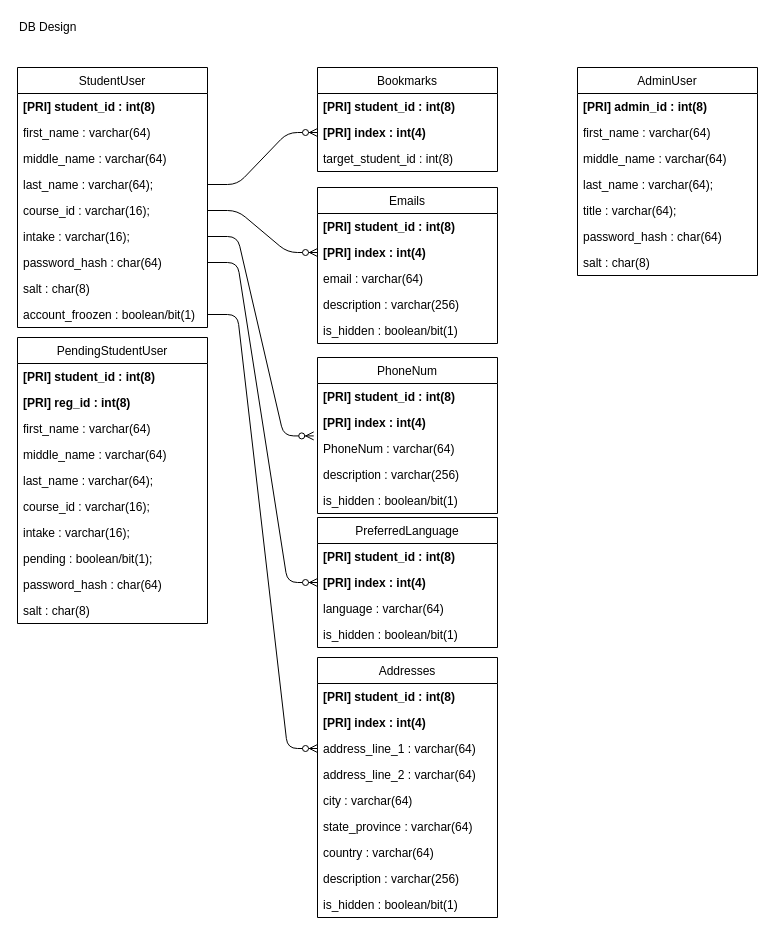
The draw.io diagram Design/Classes.drawio in DIT202003G1/WebDev20023404, before the edit. Source tidied: cells renumbered, new cells numbered last; positions are measured from the earlier drawing's top-left corner, leaving out a move shared by most shapes. Both pictures are drawn from the tidied source at 100%, with x=0, y=0 at pixel (17, 17).
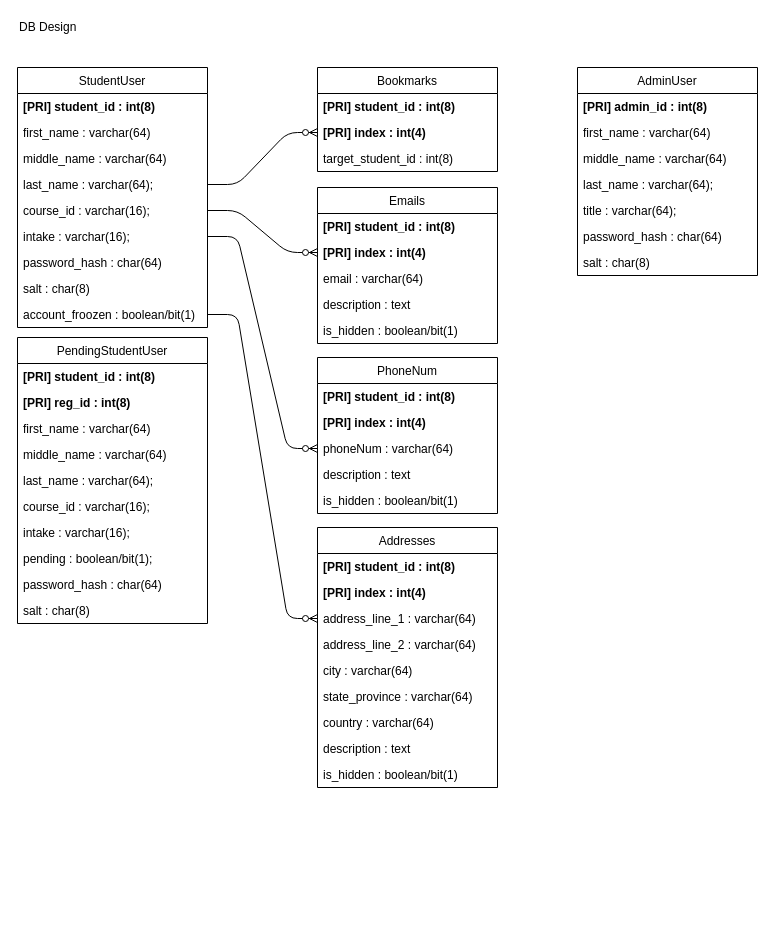
The same diagram, later.

The change refers to these unchanged cells:
```xml
<mxCell id="8" value="intake : varchar(16);" style="text;strokeColor=none;fillColor=none;align=left;verticalAlign=top;spacingLeft=4;spacingRight=4;overflow=hidden;points=[[0,0.5],[1,0.5]];portConstraint=eastwest;" parent="2" vertex="1">
  <mxGeometry y="156" width="190" height="26" as="geometry" />
</mxCell>
<mxCell id="9" value="password_hash : char(64)&#10;&#10;" style="text;strokeColor=none;fillColor=none;align=left;verticalAlign=top;spacingLeft=4;spacingRight=4;overflow=hidden;points=[[0,0.5],[1,0.5]];portConstraint=eastwest;" parent="2" vertex="1">
  <mxGeometry y="182" width="190" height="26" as="geometry" />
</mxCell>
<mxCell id="36" value="Emails" style="swimlane;fontStyle=0;horizontal=1;startSize=26;fillColor=none;" parent="1" vertex="1">
  <mxGeometry x="300" y="170" width="180" height="156" as="geometry" />
</mxCell>
<mxCell id="42" value="PhoneNum" style="swimlane;fontStyle=0;horizontal=1;startSize=26;fillColor=none;" parent="1" vertex="1">
  <mxGeometry x="300" y="340" width="180" height="156" as="geometry" />
</mxCell>
<mxCell id="44" value="[PRI] index : int(4)" style="text;strokeColor=none;fillColor=none;align=left;verticalAlign=top;spacingLeft=4;spacingRight=4;overflow=hidden;points=[[0,0.5],[1,0.5]];portConstraint=eastwest;fontStyle=1;" parent="42" vertex="1">
  <mxGeometry y="52" width="180" height="26" as="geometry" />
</mxCell>
```

The edit, as a diff of the source:
```diff
@@
-    <mxCell id="40" value="description : varchar(256)" style="text;strokeColor=none;fillColor=none;align=left;verticalAlign=top;spacingLeft=4;spacingRight=4;overflow=hidden;" parent="36" vertex="1">
+    <mxCell id="40" value="description : text" style="text;strokeColor=none;fillColor=none;align=left;verticalAlign=top;spacingLeft=4;spacingRight=4;overflow=hidden;" parent="36" vertex="1">
       <mxGeometry y="104" width="180" height="26" as="geometry" />
     </mxCell>
@@
-    <mxCell id="45" value="PhoneNum : varchar(64)" style="text;strokeColor=none;fillColor=none;align=left;verticalAlign=top;spacingLeft=4;spacingRight=4;overflow=hidden;points=[[0,0.5],[1,0.5]];portConstraint=eastwest;" parent="42" vertex="1">
+    <mxCell id="45" value="phoneNum : varchar(64)" style="text;strokeColor=none;fillColor=none;align=left;verticalAlign=top;spacingLeft=4;spacingRight=4;overflow=hidden;points=[[0,0.5],[1,0.5]];portConstraint=eastwest;" parent="42" vertex="1">
       <mxGeometry y="78" width="180" height="26" as="geometry" />
     </mxCell>
-    <mxCell id="46" value="description : varchar(256)" style="text;strokeColor=none;fillColor=none;align=left;verticalAlign=top;spacingLeft=4;spacingRight=4;overflow=hidden;" parent="42" vertex="1">
+    <mxCell id="46" value="description : text" style="text;strokeColor=none;fillColor=none;align=left;verticalAlign=top;spacingLeft=4;spacingRight=4;overflow=hidden;" parent="42" vertex="1">
       <mxGeometry y="104" width="180" height="26" as="geometry" />
     </mxCell>
@@
-    <mxCell id="48" value="PreferredLanguage" style="swimlane;fontStyle=0;horizontal=1;startSize=26;fillColor=none;" parent="1" vertex="1">
-      <mxGeometry x="300" y="500" width="180" height="130" as="geometry" />
-    </mxCell>
-    <mxCell id="49" value="[PRI] student_id : int(8)" style="text;strokeColor=none;fillColor=none;align=left;verticalAlign=top;spacingLeft=4;spacingRight=4;overflow=hidden;fontStyle=1;" parent="48" vertex="1">
-      <mxGeometry y="26" width="180" height="26" as="geometry" />
-    </mxCell>
-    <mxCell id="50" value="[PRI] index : int(4)" style="text;strokeColor=none;fillColor=none;align=left;verticalAlign=top;spacingLeft=4;spacingRight=4;overflow=hidden;points=[[0,0.5],[1,0.5]];portConstraint=eastwest;fontStyle=1;" parent="48" vertex="1">
-      <mxGeometry y="52" width="180" height="26" as="geometry" />
-    </mxCell>
-    <mxCell id="51" value="language : varchar(64)" style="text;strokeColor=none;fillColor=none;align=left;verticalAlign=top;spacingLeft=4;spacingRight=4;overflow=hidden;" parent="48" vertex="1">
-      <mxGeometry y="78" width="180" height="26" as="geometry" />
-    </mxCell>
-    <mxCell id="52" value="is_hidden : boolean/bit(1)" style="text;strokeColor=none;fillColor=none;align=left;verticalAlign=top;spacingLeft=4;spacingRight=4;overflow=hidden;" parent="48" vertex="1">
-      <mxGeometry y="104" width="180" height="26" as="geometry" />
-    </mxCell>
     <mxCell id="53" value="Addresses" style="swimlane;fontStyle=0;horizontal=1;startSize=26;fillColor=none;" parent="1" vertex="1">
-      <mxGeometry x="300" y="640" width="180" height="260" as="geometry" />
+      <mxGeometry x="300" y="510" width="180" height="260" as="geometry" />
     </mxCell>
@@
-    <mxCell id="61" value="description : varchar(256)" style="text;strokeColor=none;fillColor=none;align=left;verticalAlign=top;spacingLeft=4;spacingRight=4;overflow=hidden;" parent="53" vertex="1">
+    <mxCell id="61" value="description : text" style="text;strokeColor=none;fillColor=none;align=left;verticalAlign=top;spacingLeft=4;spacingRight=4;overflow=hidden;" parent="53" vertex="1">
       <mxGeometry y="208" width="180" height="26" as="geometry" />
     </mxCell>
@@
-    <mxCell id="64" style="edgeStyle=entityRelationEdgeStyle;fontSize=12;html=1;endArrow=ERzeroToMany;endFill=1;exitX=1;exitY=0.5;exitDx=0;exitDy=0;entryX=-0.021;entryY=1.016;entryDx=0;entryDy=0;entryPerimeter=0;" parent="1" edge="1" source="8" target="44">
+    <mxCell id="64" style="edgeStyle=entityRelationEdgeStyle;fontSize=12;html=1;endArrow=ERzeroToMany;endFill=1;exitX=1;exitY=0.5;exitDx=0;exitDy=0;entryX=0;entryY=0.5;entryDx=0;entryDy=0;" parent="1" edge="1" source="8" target="45">
       <mxGeometry relative="1" as="geometry" />
     </mxCell>
-    <mxCell id="65" style="edgeStyle=entityRelationEdgeStyle;fontSize=12;html=1;endArrow=ERzeroToMany;endFill=1;entryX=0;entryY=0.5;entryDx=0;entryDy=0;" parent="1" edge="1" source="9" target="50">
-      <mxGeometry relative="1" as="geometry" />
-    </mxCell>
```
